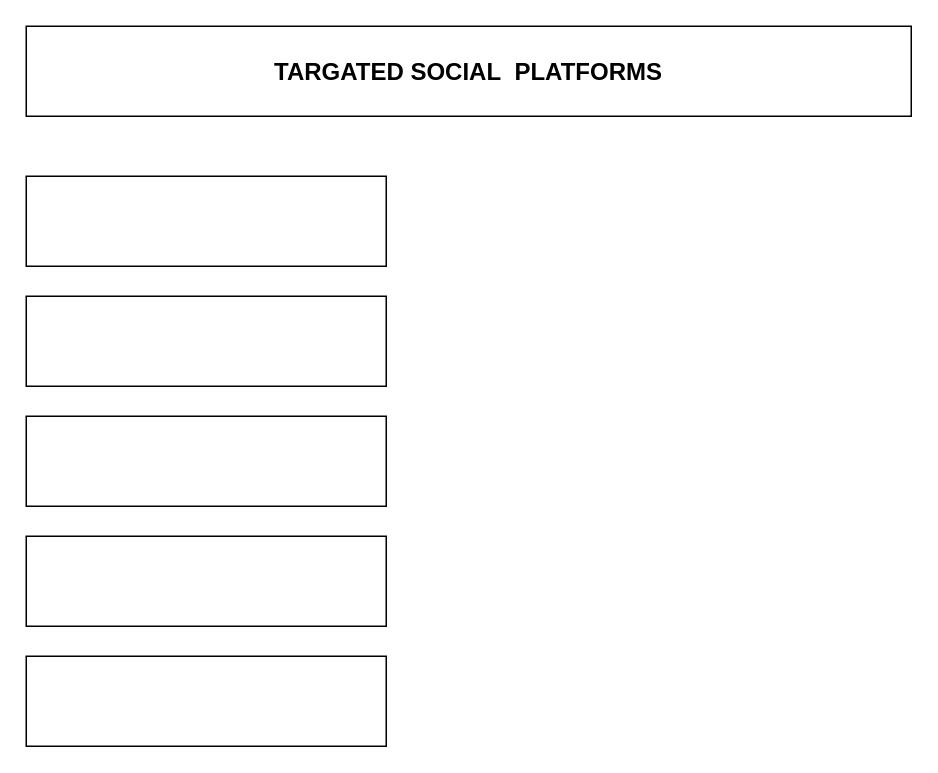
This is page "Page-1" (1 of 2) of Untitled Diagram.drawio from gamingflexer/flutter-beginners-tutorial, a draw.io file, before an edit. Source tidied: cells renumbered, new cells numbered last; positions are measured from the earlier drawing's top-left corner, leaving out a move shared by most shapes. Both pictures are drawn from the tidied source at 150%, with x=0, y=0 at pixel (26, 26).
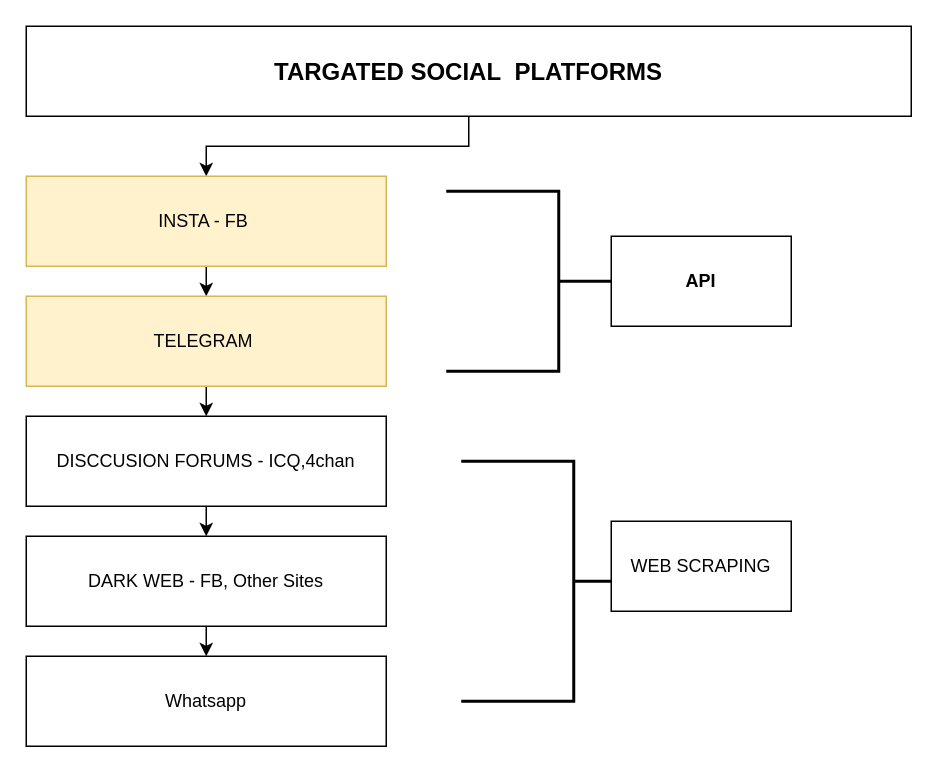
After the change.

What changed in the source:
```diff
@@
 <mxGraphModel>
   <root>
     <mxCell id="0" />
     <mxCell id="1" parent="0" />
+    <mxCell id="8" style="edgeStyle=orthogonalEdgeStyle;rounded=0;jettySize=auto;html=1;exitX=0.5;exitY=1;exitDx=0;exitDy=0;entryX=0.5;entryY=0;entryDx=0;entryDy=0;" parent="1" edge="1" source="2" target="3">
+      <mxGeometry relative="1" as="geometry" />
+    </mxCell>
     <mxCell id="2" value="&lt;b&gt;&lt;font style=&quot;font-size: 16px&quot;&gt;TARGATED SOCIAL&amp;nbsp; PLATFORMS&lt;/font&gt;&lt;/b&gt;" style="rounded=0;whiteSpace=wrap;html=1;" parent="1" vertex="1">
       <mxGeometry width="590" height="60" as="geometry" />
     </mxCell>
+    <mxCell id="9" style="edgeStyle=orthogonalEdgeStyle;rounded=0;jettySize=auto;html=1;exitX=0.5;exitY=1;exitDx=0;exitDy=0;entryX=0.5;entryY=0;entryDx=0;entryDy=0;" parent="1" edge="1" source="3" target="4">
+      <mxGeometry relative="1" as="geometry" />
+    </mxCell>
-    <mxCell id="3" style="rounded=0;whiteSpace=wrap;html=1;" parent="1" vertex="1">
+    <mxCell id="3" value="INSTA - FB&amp;nbsp;" style="rounded=0;whiteSpace=wrap;html=1;fillColor=#fff2cc;strokeColor=#d6b656;" parent="1" vertex="1">
       <mxGeometry y="100" width="240" height="60" as="geometry" />
     </mxCell>
+    <mxCell id="10" style="edgeStyle=orthogonalEdgeStyle;rounded=0;jettySize=auto;html=1;exitX=0.5;exitY=1;exitDx=0;exitDy=0;entryX=0.5;entryY=0;entryDx=0;entryDy=0;" parent="1" edge="1" source="4" target="5">
+      <mxGeometry relative="1" as="geometry" />
+    </mxCell>
-    <mxCell id="4" style="rounded=0;whiteSpace=wrap;html=1;" parent="1" vertex="1">
+    <mxCell id="4" value="TELEGRAM&amp;nbsp;" style="rounded=0;whiteSpace=wrap;html=1;fillColor=#fff2cc;strokeColor=#d6b656;" parent="1" vertex="1">
       <mxGeometry y="180" width="240" height="60" as="geometry" />
     </mxCell>
+    <mxCell id="11" style="edgeStyle=orthogonalEdgeStyle;rounded=0;jettySize=auto;html=1;exitX=0.5;exitY=1;exitDx=0;exitDy=0;entryX=0.5;entryY=0;entryDx=0;entryDy=0;" parent="1" edge="1" source="5" target="6">
+      <mxGeometry relative="1" as="geometry" />
+    </mxCell>
-    <mxCell id="5" style="rounded=0;whiteSpace=wrap;html=1;" parent="1" vertex="1">
+    <mxCell id="5" value="DISCCUSION FORUMS - ICQ,4chan" style="rounded=0;whiteSpace=wrap;html=1;" parent="1" vertex="1">
       <mxGeometry y="260" width="240" height="60" as="geometry" />
     </mxCell>
+    <mxCell id="12" style="edgeStyle=orthogonalEdgeStyle;rounded=0;jettySize=auto;html=1;exitX=0.5;exitY=1;exitDx=0;exitDy=0;entryX=0.5;entryY=0;entryDx=0;entryDy=0;" parent="1" edge="1" source="6" target="7">
+      <mxGeometry relative="1" as="geometry" />
+    </mxCell>
-    <mxCell id="6" style="rounded=0;whiteSpace=wrap;html=1;" parent="1" vertex="1">
+    <mxCell id="6" value="DARK WEB - FB, Other Sites" style="rounded=0;whiteSpace=wrap;html=1;" parent="1" vertex="1">
       <mxGeometry y="340" width="240" height="60" as="geometry" />
     </mxCell>
-    <mxCell id="7" style="rounded=0;whiteSpace=wrap;html=1;" parent="1" vertex="1">
+    <mxCell id="7" value="Whatsapp" style="rounded=0;whiteSpace=wrap;html=1;" parent="1" vertex="1">
       <mxGeometry y="420" width="240" height="60" as="geometry" />
     </mxCell>
+    <mxCell id="13" style="strokeWidth=2;html=1;shape=mxgraph.flowchart.annotation_2;align=left;labelPosition=right;gradientColor=none;direction=west;" parent="1" vertex="1">
+      <mxGeometry x="290" y="290" width="150" height="160" as="geometry" />
+    </mxCell>
+    <mxCell id="14" style="strokeWidth=2;html=1;shape=mxgraph.flowchart.annotation_2;align=left;labelPosition=right;gradientColor=none;direction=west;" parent="1" vertex="1">
+      <mxGeometry x="280" y="110" width="150" height="120" as="geometry" />
+    </mxCell>
+    <mxCell id="15" value="&lt;b&gt;API&lt;/b&gt;" style="whiteSpace=wrap;html=1;gradientColor=none;" parent="1" vertex="1">
+      <mxGeometry x="390" y="140" width="120" height="60" as="geometry" />
+    </mxCell>
+    <mxCell id="16" value="WEB SCRAPING" style="whiteSpace=wrap;html=1;gradientColor=none;" parent="1" vertex="1">
+      <mxGeometry x="390" y="330" width="120" height="60" as="geometry" />
+    </mxCell>
   </root>
 </mxGraphModel>
```
